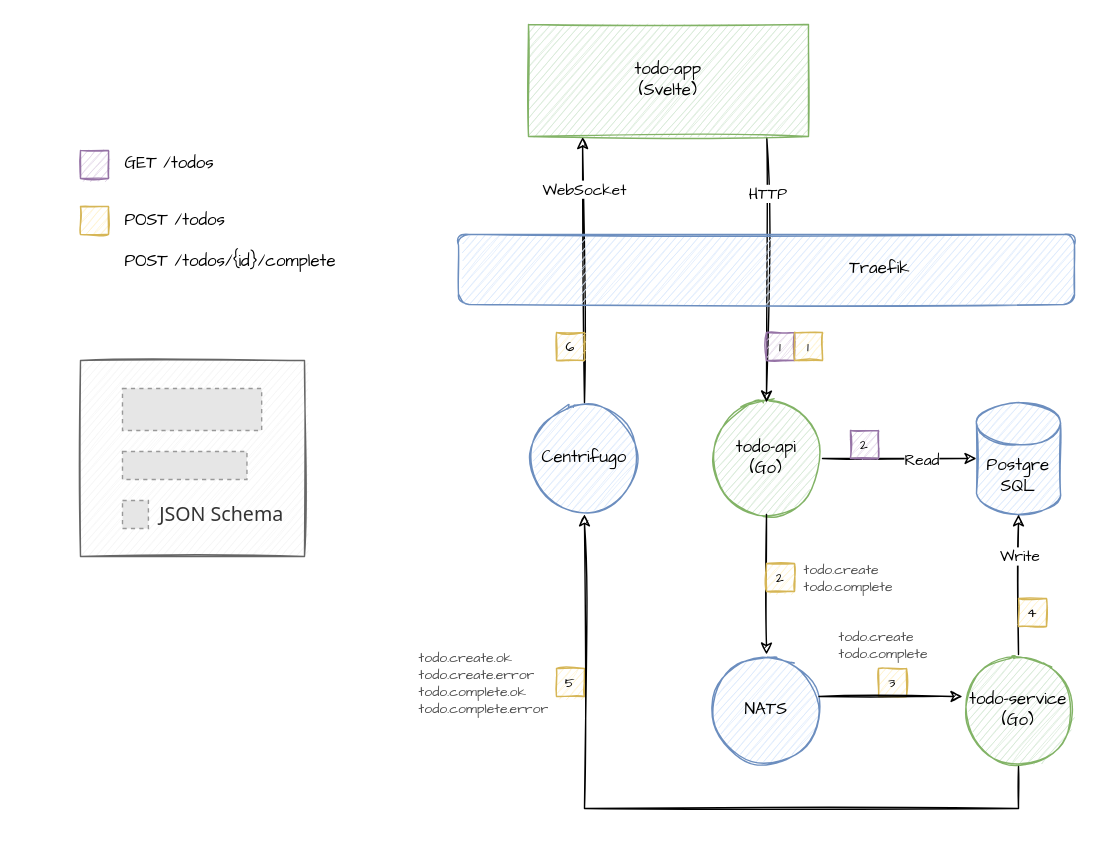
Above: doc/architecture.drawio in heikkilamarko/todo-app (draw.io), before the change. Source tidied: cells renumbered, new cells numbered last; positions are measured from the earlier drawing's top-left corner, leaving out a move shared by most shapes. Both pictures are drawn from the tidied source at 140%, with x=0, y=0 at pixel (80, 24). Pictures stored in the file or linked from it are replaced by grey dashed boxes.
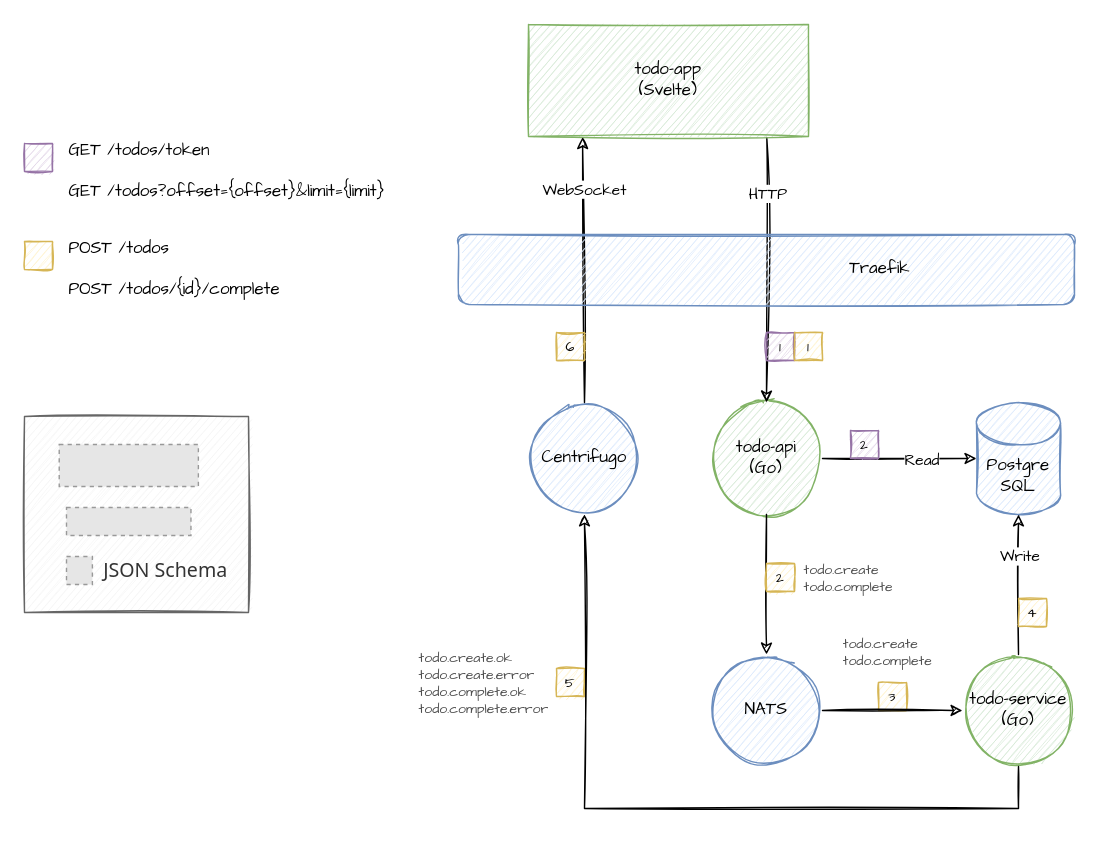
Above is the later version.

Unchanged cells that the change refers to:
```xml
<mxCell id="4" value="NATS" style="ellipse;whiteSpace=wrap;html=1;sketch=1;fontFamily=Comic Sans MS;fillColor=#dae8fc;strokeColor=#6c8ebf;labelBackgroundColor=none;" parent="1" vertex="1">
  <mxGeometry x="450" y="450" width="80" height="80" as="geometry" />
</mxCell>
<mxCell id="6" value="todo-service&lt;br&gt;(Go)" style="ellipse;whiteSpace=wrap;html=1;sketch=1;fontFamily=Comic Sans MS;fillColor=#d5e8d4;strokeColor=#82b366;fillStyle=auto;labelBackgroundColor=none;" parent="1" vertex="1">
  <mxGeometry x="630" y="450" width="80" height="80" as="geometry" />
</mxCell>
```

What changed in the source:
```diff
@@
     <mxCell id="13" style="group;" parent="1" vertex="1">
-      <mxGeometry y="240" width="160" height="140" as="geometry" />
+      <mxGeometry x="-40" y="280" width="160" height="140" as="geometry" />
     </mxCell>
@@
     <mxCell id="16" style="fillColor=#E6E6E6;strokeColor=#999999;dashed=1;verticalLabelPosition=bottom;verticalAlign=top;" parent="13" vertex="1">
-      <mxGeometry x="30" y="20" width="99.4" height="30" as="geometry" />
+      <mxGeometry x="24.8" y="20" width="99.4" height="30" as="geometry" />
     </mxCell>
@@
     <mxCell id="28" value="3" style="text;html=1;strokeColor=#d6b656;fillColor=#fff2cc;align=center;verticalAlign=middle;whiteSpace=wrap;rounded=0;fontFamily=Comic Sans MS;fontSize=10;sketch=1;" parent="1" vertex="1">
-      <mxGeometry x="570" y="460" width="20" height="20" as="geometry" />
+      <mxGeometry x="570" y="470" width="20" height="20" as="geometry" />
     </mxCell>
@@
     <mxCell id="32" style="text;html=1;strokeColor=#9673a6;fillColor=#e1d5e7;align=center;verticalAlign=middle;whiteSpace=wrap;rounded=0;fontFamily=Comic Sans MS;fontSize=10;sketch=1;" parent="1" vertex="1">
-      <mxGeometry y="90" width="20" height="20" as="geometry" />
+      <mxGeometry x="-40" y="85" width="20" height="20" as="geometry" />
     </mxCell>
     <mxCell id="33" style="text;html=1;strokeColor=#d6b656;fillColor=#fff2cc;align=center;verticalAlign=middle;whiteSpace=wrap;rounded=0;fontFamily=Comic Sans MS;fontSize=10;sketch=1;" parent="1" vertex="1">
-      <mxGeometry y="130" width="20" height="20" as="geometry" />
+      <mxGeometry x="-40" y="155" width="20" height="20" as="geometry" />
     </mxCell>
-    <mxCell id="34" value="GET /todos" style="text;html=1;align=left;verticalAlign=middle;fillColor=none;strokeColor=none;rounded=0;fontFamily=Comic Sans MS;" parent="1" vertex="1">
-      <mxGeometry x="30" y="90" width="80" height="20" as="geometry" />
+    <mxCell id="34" value="GET /todos/token&lt;br&gt;&lt;br&gt;&lt;div&gt;GET /todos?offset={offset}&amp;amp;limit={limit}&lt;br&gt;&lt;/div&gt;" style="text;html=1;align=left;verticalAlign=middle;fillColor=none;strokeColor=none;rounded=0;fontFamily=Comic Sans MS;" parent="1" vertex="1">
+      <mxGeometry x="-10" y="80" width="250" height="50" as="geometry" />
     </mxCell>
     <mxCell id="35" value="POST /todos&lt;br&gt;&lt;br&gt;&lt;div&gt;&lt;span&gt;POST /todos/{id}/complete&lt;/span&gt;&lt;/div&gt;" style="text;html=1;align=left;verticalAlign=middle;fillColor=none;strokeColor=none;rounded=0;fontFamily=Comic Sans MS;" parent="1" vertex="1">
-      <mxGeometry x="30" y="130" width="170" height="50" as="geometry" />
+      <mxGeometry x="-10" y="150" width="170" height="50" as="geometry" />
     </mxCell>
@@
-    <mxCell id="37" style="rounded=0;jettySize=auto;html=1;entryX=0.969;entryY=0.375;entryDx=0;entryDy=0;endArrow=none;endFill=0;sketch=1;fontFamily=Comic Sans MS;startArrow=classic;startFill=1;exitX=0;exitY=0.375;exitDx=0;exitDy=0;entryPerimeter=0;exitPerimeter=0;" parent="1" edge="1" source="6" target="4">
+    <mxCell id="37" style="rounded=0;jettySize=auto;html=1;entryX=1;entryY=0.5;entryDx=0;entryDy=0;endArrow=none;endFill=0;sketch=1;fontFamily=Comic Sans MS;startArrow=classic;startFill=1;exitX=0;exitY=0.5;exitDx=0;exitDy=0;" parent="1" edge="1" source="6" target="4">
       <mxGeometry relative="1" as="geometry" />
     </mxCell>
     <mxCell id="38" value="todo.create&lt;br&gt;todo.complete" style="text;html=1;align=left;verticalAlign=middle;fillColor=none;strokeColor=none;rounded=0;fontFamily=Comic Sans MS;fontSize=10;fontColor=#4D4D4D;" parent="1" vertex="1">
-      <mxGeometry x="540" y="428" width="80" height="30" as="geometry" />
+      <mxGeometry x="543" y="433" width="80" height="30" as="geometry" />
     </mxCell>
```
